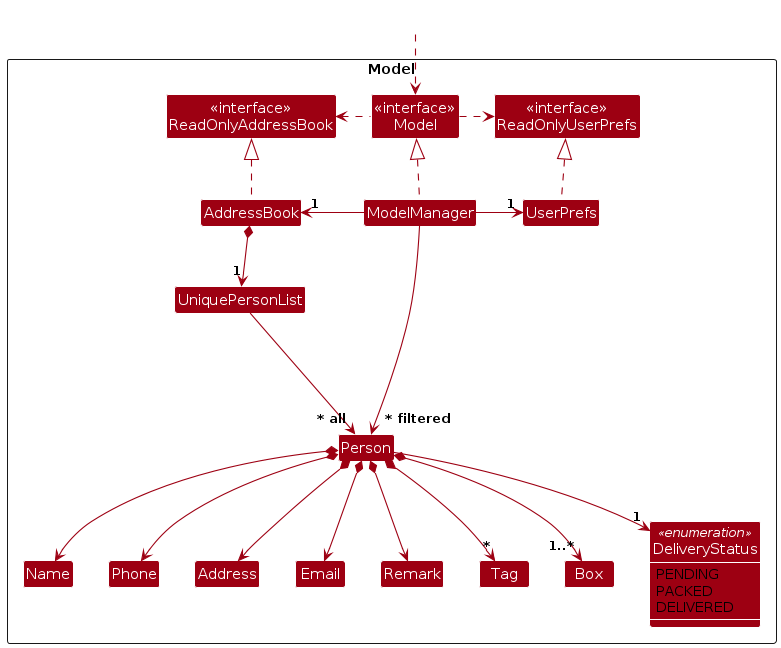
Earlier version of the PlantUML export diagrams/ModelClassDiagram.png (lemonishi/tp). Its source is kept beside it as diagrams/ModelClassDiagram.puml. Its diagram source:
```plantuml
@startuml
!include style.puml
skinparam arrowThickness 1.1
skinparam arrowColor MODEL_COLOR
skinparam classBackgroundColor MODEL_COLOR

Package Model as ModelPackage <<Rectangle>>{
Class "<<interface>>\nReadOnlyAddressBook" as ReadOnlyAddressBook
Class "<<interface>>\nReadOnlyUserPrefs" as ReadOnlyUserPrefs
Class "<<interface>>\nModel" as Model
Class AddressBook
Class ModelManager
Class UserPrefs

Class UniquePersonList
Class Person
Class Address
Class Email
Class Name
Class Phone
Class Remark
Class Tag
Class Box

enum DeliveryStatus <<enumeration>> {
    PENDING
    PACKED
    DELIVERED
}

show DeliveryStatus members

Class I #FFFFFF
}

Class HiddenOutside #FFFFFF
HiddenOutside ..> Model

AddressBook .up.|> ReadOnlyAddressBook

ModelManager .up.|> Model
Model .right.> ReadOnlyUserPrefs
Model .left.> ReadOnlyAddressBook
ModelManager -left-> "1" AddressBook
ModelManager -right-> "1" UserPrefs
UserPrefs .up.|> ReadOnlyUserPrefs

AddressBook *--> "1" UniquePersonList
UniquePersonList --> "~* all" Person
Person *--> Name
Person *--> Phone
Person *--> Email
Person *--> Address
Person *--> Remark
Person --> "1" DeliveryStatus
Person *--> "*" Tag
Person *--> "1..*" Box

Person -[hidden]up--> I
UniquePersonList -[hidden]right-> I

Name -[hidden]right-> Phone
Phone -[hidden]right-> Address
Address -[hidden]right-> Email
Email -[hidden]right-> Remark

ModelManager --> "~* filtered" Person
@enduml
```
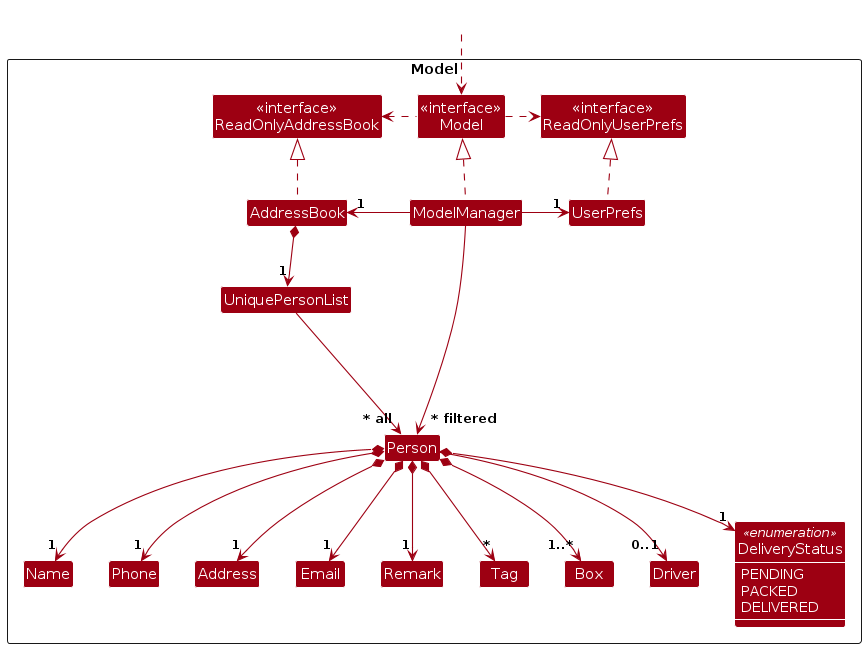
The same diagram one commit later.

The edit, as a diff of the source:
```diff
@@ -3,6 +3,7 @@
 skinparam arrowThickness 1.1
 skinparam arrowColor MODEL_COLOR
 skinparam classBackgroundColor MODEL_COLOR
+skinparam ClassAttributeFontColor #FFFFFF
 
 Package Model as ModelPackage <<Rectangle>>{
 Class "<<interface>>\nReadOnlyAddressBook" as ReadOnlyAddressBook
@@ -21,6 +22,7 @@
 Class Remark
 Class Tag
 Class Box
+Class Driver
 
 enum DeliveryStatus <<enumeration>> {
     PENDING
@@ -47,14 +49,15 @@
 
 AddressBook *--> "1" UniquePersonList
 UniquePersonList --> "~* all" Person
-Person *--> Name
-Person *--> Phone
-Person *--> Email
-Person *--> Address
-Person *--> Remark
-Person --> "1" DeliveryStatus
+Person *--> "1" Name
+Person *--> "1" Phone
+Person *--> "1" Email
+Person *--> "1" Address
+Person *--> "1" Remark
+Person *--> "1" DeliveryStatus
 Person *--> "*" Tag
 Person *--> "1..*" Box
+Person --> "0..1" Driver
 
 Person -[hidden]up--> I
 UniquePersonList -[hidden]right-> I
```
